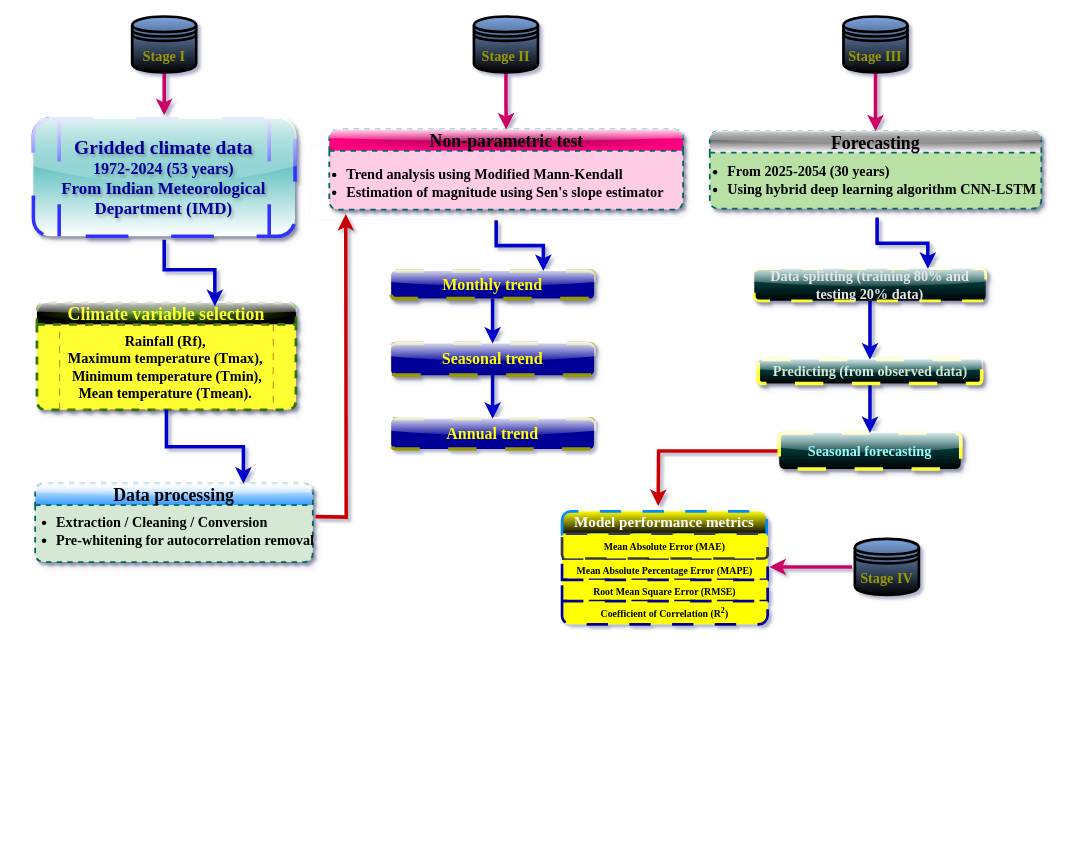
This is Untitled Diagram.drawio from Daawarb/Daawarb, a draw.io file, before an edit. Source tidied: cells renumbered, new cells numbered last; positions are measured from the earlier drawing's top-left corner, leaving out a move shared by most shapes. Both pictures are drawn from the tidied source at 89%, with x=0, y=0 at pixel (19, 16).
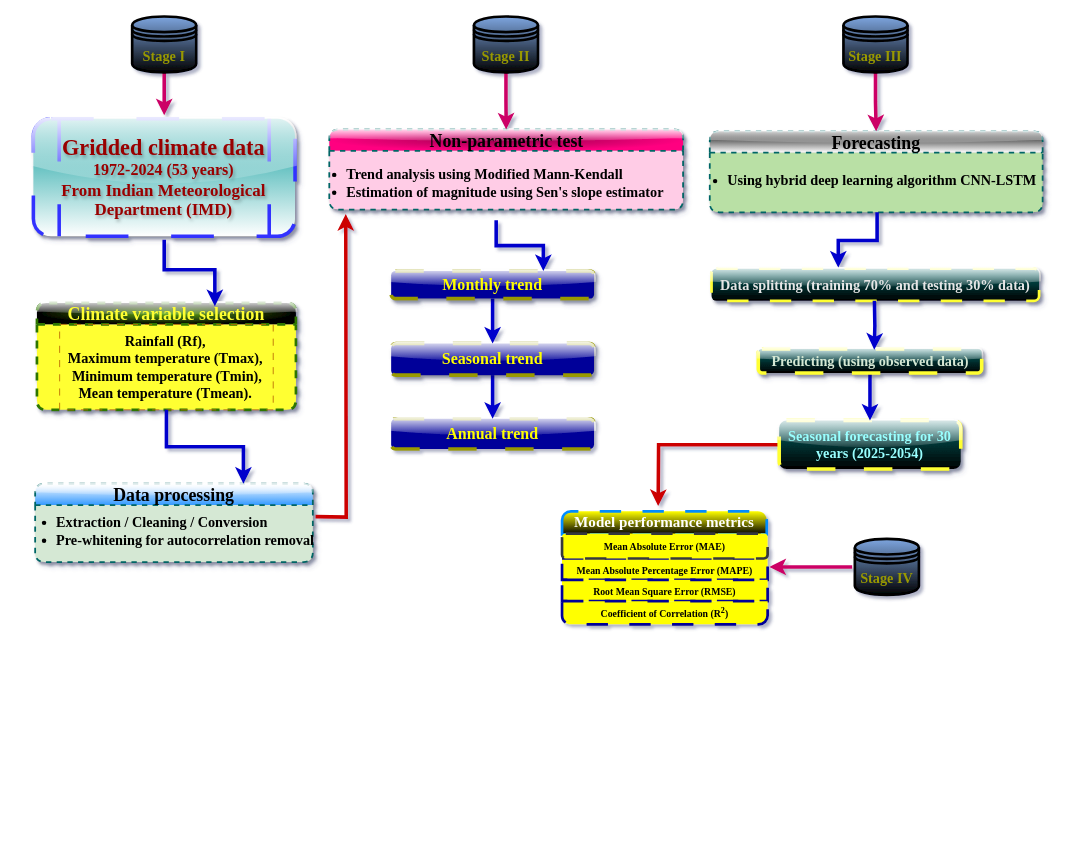
After the change.

Unchanged cells that the change refers to:
```xml
<mxCell id="8" value="&lt;font face=&quot;Garamond&quot;&gt;&lt;b style=&quot;&quot;&gt;Rainfall (Rf),&amp;nbsp;&lt;/b&gt;&lt;/font&gt;&lt;div&gt;&lt;font face=&quot;Garamond&quot;&gt;&lt;b&gt;Maximum temperature (Tmax),&amp;nbsp;&lt;/b&gt;&lt;/font&gt;&lt;div&gt;&lt;font face=&quot;Garamond&quot;&gt;&lt;b style=&quot;&quot;&gt;Minimum temperature (Tmin),&lt;/b&gt;&lt;/font&gt;&lt;/div&gt;&lt;div&gt;&lt;font face=&quot;Garamond&quot;&gt;&lt;b style=&quot;&quot;&gt;Mean temperature (Tmean).&amp;nbsp;&lt;/b&gt;&lt;/font&gt;&lt;/div&gt;&lt;/div&gt;" style="text;html=1;align=center;verticalAlign=middle;points=[];strokeColor=#BD7000;fillColor=none;fontSize=16;dashed=1;dashPattern=8 8;fontColor=#000000;" parent="7" vertex="1">
  <mxGeometry x="25.5" y="24" width="240" height="96" as="geometry" />
</mxCell>
<mxCell id="10" value="&lt;font face=&quot;Garamond&quot; style=&quot;font-size: 20px;&quot;&gt;Data processing&lt;/font&gt;" style="swimlane;whiteSpace=wrap;html=1;startSize=24;fillStyle=solid;gradientColor=#3399FF;swimlaneFillColor=#D5E8D4;strokeColor=#006666;dashed=1;strokeWidth=2;rounded=1;shadow=1;glass=1;" parent="1" vertex="1">
  <mxGeometry x="18" y="525" width="312" height="88" as="geometry" />
</mxCell>
<mxCell id="16" value="&lt;font face=&quot;Garamond&quot;&gt;&lt;span style=&quot;font-size: 20px;&quot;&gt;Non-parametric test&lt;/span&gt;&lt;/font&gt;" style="swimlane;whiteSpace=wrap;html=1;startSize=24;fillStyle=solid;gradientColor=#FF0080;swimlaneFillColor=#FFCCE6;strokeColor=#006666;dashed=1;strokeWidth=2;rounded=1;shadow=1;glass=1;fillColor=#99004D;gradientDirection=radial;" parent="1" vertex="1">
  <mxGeometry x="348.5" y="127" width="397.5" height="90" as="geometry" />
</mxCell>
```

Diff of the diagram source:
```diff
@@
-    <mxCell id="13" value="&lt;font style=&quot;&quot; face=&quot;Garamond&quot;&gt;&lt;b style=&quot;&quot;&gt;&lt;font style=&quot;font-size: 22px;&quot;&gt;Gridded climate data&lt;/font&gt;&lt;br&gt;&lt;font style=&quot;font-size: 18px;&quot;&gt;1972-2024 (53 years)&lt;/font&gt;&lt;br&gt;&lt;font style=&quot;font-size: 19px;&quot;&gt;From Indian Meteorological Department (IMD)&lt;/font&gt;&lt;/b&gt;&lt;/font&gt;" style="shape=process;backgroundOutline=1;fillColor=default;rounded=1;glass=1;shadow=1;strokeColor=#3333FF;gradientColor=#009999;fontColor=light-dark(#000099,#DADAFF);fontStyle=0;labelBackgroundColor=none;labelBorderColor=none;textShadow=1;whiteSpace=wrap;html=1;gradientDirection=north;strokeWidth=4;perimeterSpacing=4;dashed=1;dashPattern=12 12;" parent="1" vertex="1">
+    <mxCell id="13" value="&lt;font style=&quot;color: rgb(153, 0, 0);&quot; face=&quot;Garamond&quot;&gt;&lt;b style=&quot;&quot;&gt;&lt;font style=&quot;font-size: 25px;&quot;&gt;Gridded climate data&lt;/font&gt;&lt;br&gt;&lt;font style=&quot;font-size: 18px;&quot;&gt;1972-2024 (53 years)&lt;/font&gt;&lt;br&gt;&lt;font style=&quot;font-size: 19px;&quot;&gt;From Indian Meteorological Department (IMD)&lt;/font&gt;&lt;/b&gt;&lt;/font&gt;" style="shape=process;backgroundOutline=1;fillColor=default;rounded=1;glass=1;shadow=1;strokeColor=#3333FF;gradientColor=#009999;fontColor=light-dark(#000099,#DADAFF);fontStyle=0;labelBackgroundColor=none;labelBorderColor=none;textShadow=1;whiteSpace=wrap;html=1;gradientDirection=north;strokeWidth=4;perimeterSpacing=4;dashed=1;dashPattern=12 12;" parent="1" vertex="1">
       <mxGeometry x="16" y="115" width="294" height="132" as="geometry" />
     </mxCell>
@@
-    <mxCell id="17" value="&lt;ul&gt;&lt;li&gt;&lt;b style=&quot;&quot;&gt;&lt;font face=&quot;Garamond&quot;&gt;Trend analysis using Modified Mann-Kendall&lt;/font&gt;&lt;/b&gt;&lt;/li&gt;&lt;li&gt;&lt;b style=&quot;&quot;&gt;&lt;font face=&quot;Garamond&quot;&gt;Estimation of magnitude using Sen's slope&amp;nbsp;&lt;/font&gt;&lt;/b&gt;&lt;b style=&quot;background-color: transparent; color: light-dark(rgb(0, 0, 0), rgb(255, 255, 255));&quot;&gt;&lt;font face=&quot;Garamond&quot;&gt;estimator&lt;/font&gt;&lt;/b&gt;&lt;/li&gt;&lt;/ul&gt;" style="text;html=1;align=left;verticalAlign=middle;points=[];strokeColor=default;fillColor=none;fontSize=16;strokeWidth=0;rounded=1;glass=1;shadow=1;dashed=1;sketch=1;curveFitting=1;jiggle=2;dashPattern=1 4;opacity=20;arcSize=11;" parent="16" vertex="1">
+    <mxCell id="17" value="&lt;ul&gt;&lt;li&gt;&lt;b style=&quot;&quot;&gt;&lt;font face=&quot;Garamond&quot;&gt;Trend analysis using Modified Mann-Kendall&lt;/font&gt;&lt;/b&gt;&lt;/li&gt;&lt;li&gt;&lt;b style=&quot;&quot;&gt;&lt;font face=&quot;Garamond&quot;&gt;Estimation of magnitude using Sen's slope&amp;nbsp;&lt;/font&gt;&lt;/b&gt;&lt;b style=&quot;background-color: transparent; color: light-dark(rgb(0, 0, 0), rgb(255, 255, 255));&quot;&gt;&lt;font face=&quot;Garamond&quot;&gt;estimator&lt;/font&gt;&lt;/b&gt;&lt;/li&gt;&lt;/ul&gt;" style="text;html=1;align=left;verticalAlign=middle;points=[];strokeColor=default;fillColor=none;fontSize=16;strokeWidth=0;rounded=1;glass=1;shadow=1;dashed=1;sketch=1;curveFitting=1;jiggle=2;dashPattern=1 4;opacity=0;arcSize=11;" parent="16" vertex="1">
       <mxGeometry x="-22.5" y="18" width="420" height="84" as="geometry" />
     </mxCell>
     <mxCell id="18" value="&lt;font face=&quot;Garamond&quot;&gt;&lt;span style=&quot;font-size: 20px;&quot;&gt;Forecasting&lt;/span&gt;&lt;/font&gt;" style="swimlane;whiteSpace=wrap;html=1;startSize=24;fillStyle=solid;gradientColor=default;swimlaneFillColor=#B9E0A5;strokeColor=#006666;dashed=1;strokeWidth=2;rounded=1;shadow=1;glass=1;fillColor=default;gradientDirection=north;" parent="1" vertex="1">
-      <mxGeometry x="776" y="129" width="372.5" height="87" as="geometry" />
+      <mxGeometry x="776" y="129" width="374" height="91" as="geometry" />
     </mxCell>
-    <mxCell id="19" value="&lt;ul&gt;&lt;li&gt;&lt;b style=&quot;&quot;&gt;&lt;font face=&quot;Garamond&quot;&gt;From 2025-2054 (30 years)&lt;/font&gt;&lt;/b&gt;&lt;/li&gt;&lt;li&gt;&lt;b style=&quot;&quot;&gt;&lt;font face=&quot;Garamond&quot;&gt;Using hybrid deep learning algorithm CNN-LSTM&lt;/font&gt;&lt;/b&gt;&lt;/li&gt;&lt;/ul&gt;" style="text;html=1;align=left;verticalAlign=middle;points=[];strokeColor=#FF66FF;fillColor=none;fontSize=16;strokeWidth=0;rounded=1;glass=1;shadow=1;dashed=1;sketch=1;curveFitting=1;jiggle=2;opacity=0;" parent="18" vertex="1">
-      <mxGeometry x="-22" y="13" width="420" height="84" as="geometry" />
+    <mxCell id="19" value="&lt;ul&gt;&lt;li&gt;&lt;b style=&quot;&quot;&gt;&lt;font face=&quot;Garamond&quot;&gt;Using hybrid deep learning algorithm CNN-LSTM&lt;/font&gt;&lt;/b&gt;&lt;/li&gt;&lt;/ul&gt;" style="text;html=1;align=left;verticalAlign=middle;points=[];strokeColor=#FF66FF;fillColor=none;fontSize=16;strokeWidth=0;rounded=1;glass=1;shadow=1;dashed=1;sketch=1;curveFitting=1;jiggle=2;opacity=0;" parent="18" vertex="1">
+      <mxGeometry x="-22" y="19" width="420" height="72" as="geometry" />
     </mxCell>
@@
-    <mxCell id="26" value="&lt;font style=&quot;color: rgb(153, 255, 255);&quot; face=&quot;Garamond&quot;&gt;&lt;span style=&quot;font-size: 16px;&quot;&gt;&lt;b style=&quot;&quot;&gt;Seasonal forecasting&lt;/b&gt;&lt;/span&gt;&lt;/font&gt;" style="rounded=1;whiteSpace=wrap;html=1;fillColor=#006666;glass=1;shadow=1;strokeColor=#FFFF33;dashed=1;dashPattern=8 8;strokeWidth=4;gradientColor=default;" parent="1" vertex="1">
-      <mxGeometry x="854" y="468" width="204" height="40.5" as="geometry" />
+    <mxCell id="26" value="&lt;font style=&quot;color: rgb(153, 255, 255);&quot; face=&quot;Garamond&quot;&gt;&lt;span style=&quot;font-size: 16px;&quot;&gt;&lt;b style=&quot;&quot;&gt;Seasonal forecasting for 30 years (2025-2054)&lt;/b&gt;&lt;/span&gt;&lt;/font&gt;" style="rounded=1;whiteSpace=wrap;html=1;fillColor=#006666;glass=1;shadow=1;strokeColor=#FFFF33;dashed=1;dashPattern=8 8;strokeWidth=4;gradientColor=default;" parent="1" vertex="1">
+      <mxGeometry x="854" y="454" width="204" height="54.5" as="geometry" />
     </mxCell>
@@
-    <mxCell id="28" value="&lt;font style=&quot;color: rgb(213, 232, 212);&quot; face=&quot;Garamond&quot;&gt;&lt;span style=&quot;font-size: 16px;&quot;&gt;&lt;b style=&quot;&quot;&gt;Predicting (from observed data)&lt;/b&gt;&lt;/span&gt;&lt;/font&gt;" style="rounded=1;whiteSpace=wrap;html=1;fillColor=#006666;glass=1;shadow=1;dashed=1;dashPattern=8 8;strokeWidth=4;strokeColor=#FFFF33;gradientColor=default;" parent="1" vertex="1">
-      <mxGeometry x="830.5" y="385.5" width="251" height="27" as="geometry" />
+    <mxCell id="28" value="&lt;font style=&quot;color: rgb(213, 232, 212);&quot; face=&quot;Garamond&quot;&gt;&lt;span style=&quot;font-size: 16px;&quot;&gt;&lt;b style=&quot;&quot;&gt;Predicting (using observed data)&lt;/b&gt;&lt;/span&gt;&lt;/font&gt;" style="rounded=1;whiteSpace=wrap;html=1;fillColor=#006666;glass=1;shadow=1;dashed=1;dashPattern=8 8;strokeWidth=4;strokeColor=#FFFF33;gradientColor=default;" parent="1" vertex="1">
+      <mxGeometry x="830.5" y="373.5" width="251" height="27" as="geometry" />
     </mxCell>
-    <mxCell id="29" style="edgeStyle=orthogonalEdgeStyle;rounded=0;jettySize=auto;html=1;entryX=0.5;entryY=0;entryDx=0;entryDy=0;strokeWidth=4;strokeColor=#0000CC;" parent="1" edge="1" source="30" target="28">
-      <mxGeometry relative="1" as="geometry" />
-    </mxCell>
-    <mxCell id="30" value="&lt;font style=&quot;color: rgb(230, 230, 230);&quot; face=&quot;Garamond&quot;&gt;&lt;span style=&quot;font-size: 16px;&quot;&gt;&lt;b style=&quot;&quot;&gt;Data splitting (training 80% and testing 20% data)&lt;/b&gt;&lt;/span&gt;&lt;/font&gt;" style="rounded=1;whiteSpace=wrap;html=1;fillColor=#006666;glass=1;dashed=1;dashPattern=8 8;strokeColor=#FFFF33;strokeWidth=3;shadow=1;gradientColor=default;" parent="1" vertex="1">
-      <mxGeometry x="826" y="283.5" width="260" height="36" as="geometry" />
+    <mxCell id="30" value="&lt;font style=&quot;color: rgb(230, 230, 230);&quot; face=&quot;Garamond&quot;&gt;&lt;span style=&quot;font-size: 16px;&quot;&gt;&lt;b style=&quot;&quot;&gt;Data splitting (training 70% and testing 30% data)&lt;/b&gt;&lt;/span&gt;&lt;/font&gt;" style="rounded=1;whiteSpace=wrap;html=1;fillColor=#006666;glass=1;dashed=1;dashPattern=8 8;strokeColor=#FFFF33;strokeWidth=3;shadow=1;gradientColor=default;" parent="1" vertex="1">
+      <mxGeometry x="778" y="283.5" width="368" height="36" as="geometry" />
     </mxCell>
@@
+    <mxCell id="49" style="edgeStyle=orthogonalEdgeStyle;rounded=0;jettySize=auto;html=1;entryX=0.75;entryY=0;entryDx=0;entryDy=0;strokeWidth=4;strokeColor=#0000CC;" parent="1" edge="1" source="8" target="10">
+      <mxGeometry relative="1" as="geometry" />
+    </mxCell>
+    <mxCell id="50" style="edgeStyle=orthogonalEdgeStyle;rounded=0;orthogonalLoop=1;jettySize=auto;html=1;entryX=0.563;entryY=0.033;entryDx=0;entryDy=0;entryPerimeter=0;strokeWidth=4;strokeColor=#0000CC;" parent="1" edge="1">
+      <mxGeometry relative="1" as="geometry">
+        <mxPoint x="961" y="319.5" as="sourcePoint" />
+        <mxPoint x="960.8" y="374.4" as="targetPoint" />
+      </mxGeometry>
+    </mxCell>
-    <mxCell id="48" style="edgeStyle=orthogonalEdgeStyle;rounded=0;jettySize=auto;html=1;entryX=0.75;entryY=0;entryDx=0;entryDy=0;strokeWidth=4;strokeColor=#0000CC;" parent="1" edge="1" source="19" target="30">
+    <mxCell id="48" style="edgeStyle=orthogonalEdgeStyle;rounded=0;jettySize=auto;html=1;entryX=0.387;entryY=-0.038;entryDx=0;entryDy=0;entryPerimeter=0;strokeColor=#0000CC;strokeWidth=4;" parent="1" edge="1" source="19" target="30">
       <mxGeometry relative="1" as="geometry" />
     </mxCell>
-    <mxCell id="49" style="edgeStyle=orthogonalEdgeStyle;rounded=0;jettySize=auto;html=1;entryX=0.75;entryY=0;entryDx=0;entryDy=0;strokeWidth=4;strokeColor=#0000CC;" parent="1" edge="1" source="8" target="10">
-      <mxGeometry relative="1" as="geometry" />
-    </mxCell>
```
